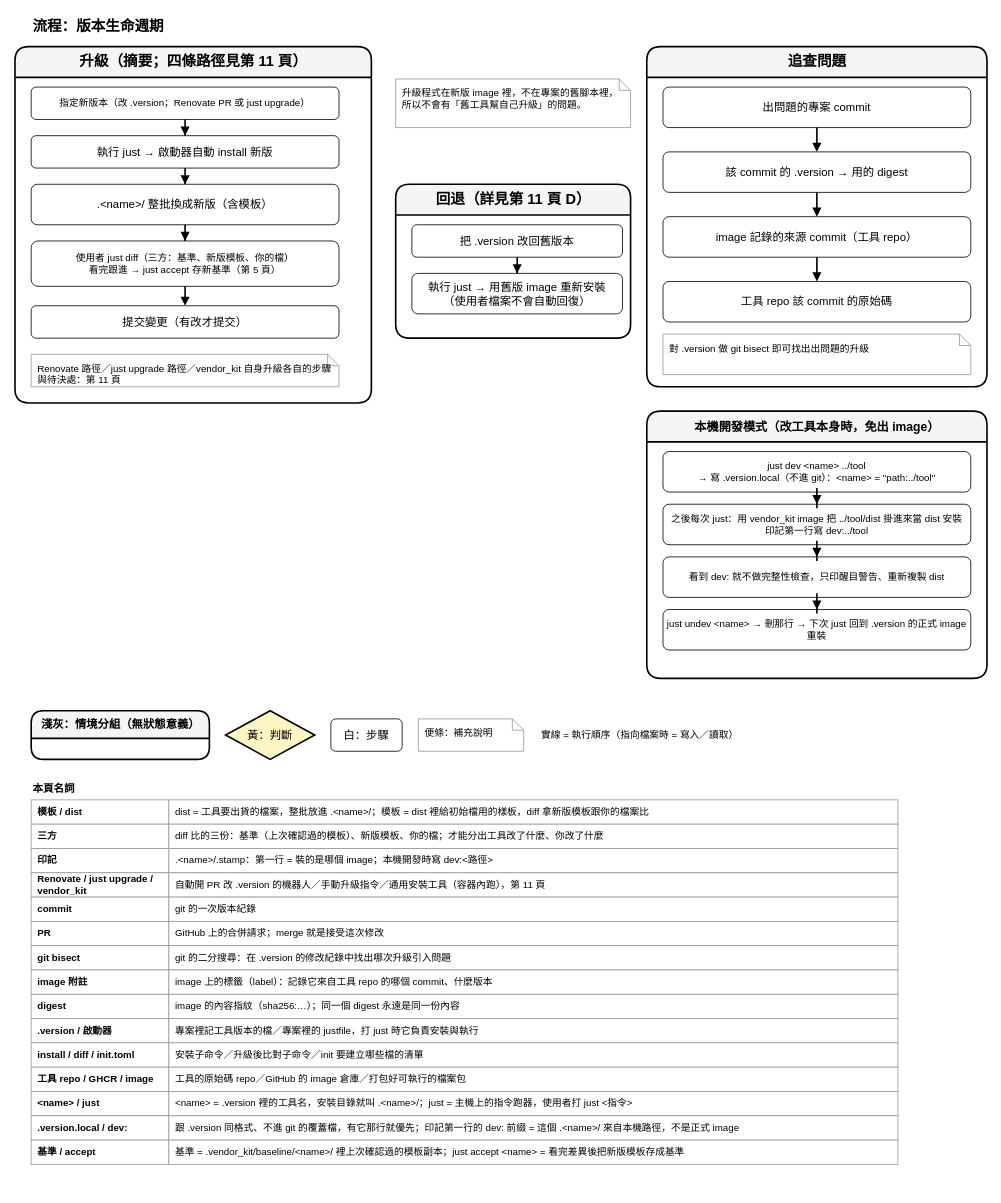
The draw.io diagram page "4. 流程：版本生命週期" (4 of 12) of dist_distribution.drawio in ycpss91255-research/vendor_kit, before the edit. Source tidied: cells renumbered, new cells numbered last; positions are measured from the earlier drawing's top-left corner, leaving out a move shared by most shapes. Both pictures are drawn from the tidied source at 81%, with x=0, y=0 at pixel (15, 14).
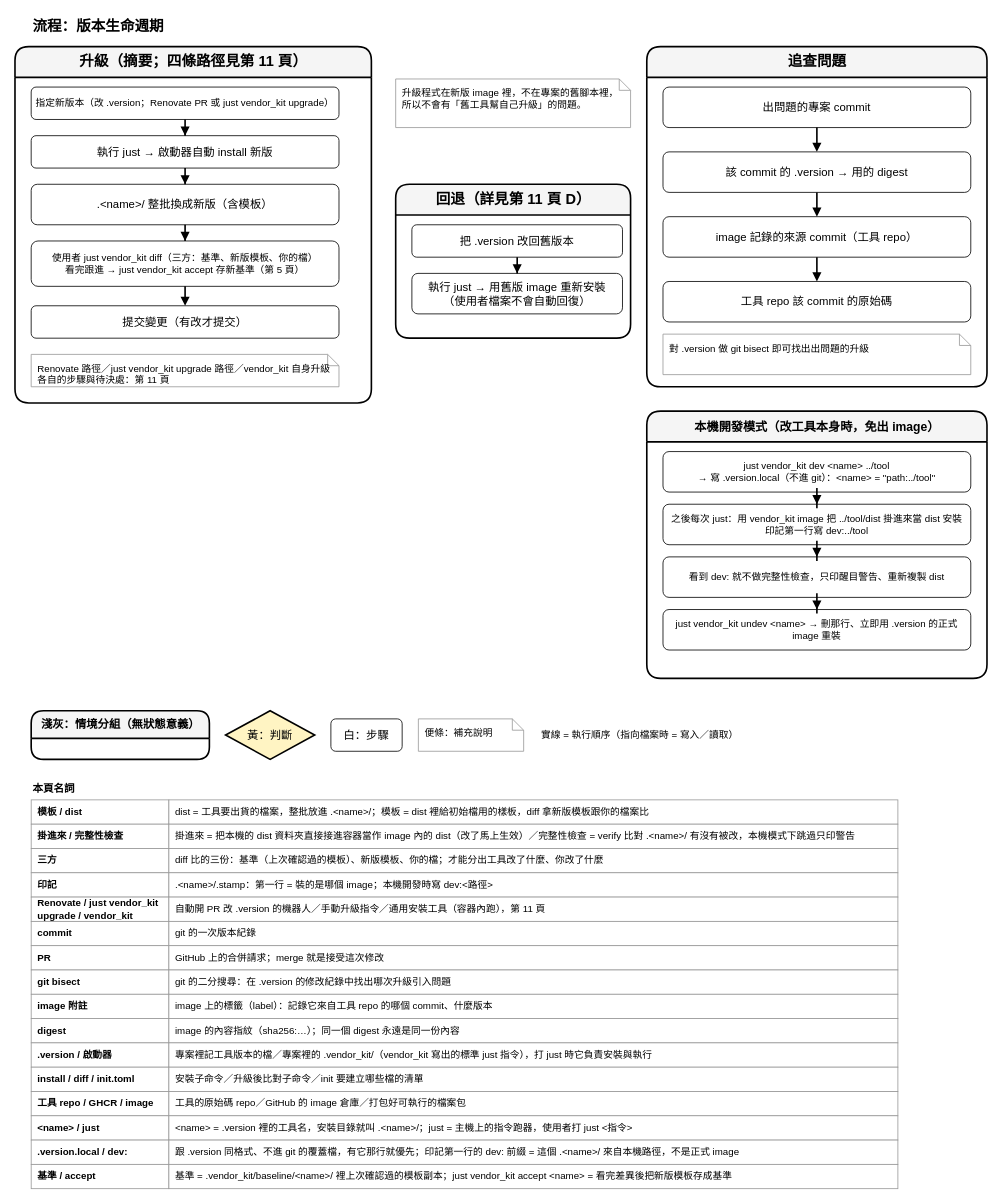
The same page after the edit.

Unchanged cells that the change refers to:
```xml
<mxCell id="3" value="升級（摘要；四條路徑見第 11 頁）" style="swimlane;html=1;rounded=1;startSize=38;fontStyle=1;fontSize=18;fillColor=#f5f5f5;swimlaneFillColor=#ffffff;strokeColor=#000000;strokeWidth=2;" parent="1" vertex="1">
  <mxGeometry y="40" width="440" height="440" as="geometry" />
</mxCell>
<mxCell id="28" value="本機開發模式（改工具本身時，免出 image）" style="swimlane;html=1;rounded=1;startSize=38;fontStyle=1;fontSize=15;fillColor=#f5f5f5;swimlaneFillColor=#ffffff;strokeColor=#000000;strokeWidth=2;" parent="1" vertex="1">
  <mxGeometry x="780" y="490" width="420" height="330" as="geometry" />
</mxCell>
```

Change to the diagram source:
```diff
@@
-    <mxCell id="4" value="指定新版本（改 .version；Renovate PR 或 just upgrade）" style="rounded=1;whiteSpace=wrap;html=1;fillColor=#ffffff;strokeColor=light-dark(#000000,#9577A3);fontSize=12;strokeWidth=1;" parent="3" vertex="1">
+    <mxCell id="4" value="指定新版本（改 .version；Renovate PR 或 just vendor_kit upgrade）" style="rounded=1;whiteSpace=wrap;html=1;fillColor=#ffffff;strokeColor=light-dark(#000000,#9577A3);fontSize=12;strokeWidth=1;" parent="3" vertex="1">
       <mxGeometry x="20" y="50" width="380" height="40" as="geometry" />
     </mxCell>
@@
-    <mxCell id="7" value="使用者 just diff（三方：基準、新版模板、你的檔）&lt;br&gt;看完跟進 → just accept 存新基準（第 5 頁）" style="rounded=1;whiteSpace=wrap;html=1;fillColor=#ffffff;strokeColor=light-dark(#000000,#9577A3);fontSize=12;strokeWidth=1;" parent="3" vertex="1">
+    <mxCell id="7" value="使用者 just vendor_kit diff（三方：基準、新版模板、你的檔）&lt;br&gt;看完跟進 → just vendor_kit accept 存新基準（第 5 頁）" style="rounded=1;whiteSpace=wrap;html=1;fillColor=#ffffff;strokeColor=light-dark(#000000,#9577A3);fontSize=12;strokeWidth=1;" parent="3" vertex="1">
       <mxGeometry x="20" y="240" width="380" height="56" as="geometry" />
     </mxCell>
@@
-    <mxCell id="9" value="Renovate 路徑／just upgrade 路徑／vendor_kit 自身升級各自的步驟與待決處：第 11 頁" style="shape=note;whiteSpace=wrap;html=1;size=14;fillColor=#ffffff;strokeColor=#999999;align=left;verticalAlign=top;spacingLeft=6;spacingTop=4;fontSize=12;" parent="3" vertex="1">
+    <mxCell id="9" value="Renovate 路徑／just vendor_kit upgrade 路徑／vendor_kit 自身升級各自的步驟與待決處：第 11 頁" style="shape=note;whiteSpace=wrap;html=1;size=14;fillColor=#ffffff;strokeColor=#999999;align=left;verticalAlign=top;spacingLeft=6;spacingTop=4;fontSize=12;" parent="3" vertex="1">
       <mxGeometry x="20" y="380" width="380" height="40" as="geometry" />
     </mxCell>
@@
-    <mxCell id="29" value="just dev &amp;lt;name&amp;gt; ../tool&lt;br&gt;→ 寫 .version.local（不進 git）：&amp;lt;name&amp;gt; = &quot;path:../tool&quot;" style="rounded=1;whiteSpace=wrap;html=1;fillColor=#ffffff;strokeColor=light-dark(#000000,#9577A3);fontSize=12;strokeWidth=1;" parent="28" vertex="1">
+    <mxCell id="29" value="just vendor_kit dev &amp;lt;name&amp;gt; ../tool&lt;br&gt;→ 寫 .version.local（不進 git）：&amp;lt;name&amp;gt; = &quot;path:../tool&quot;" style="rounded=1;whiteSpace=wrap;html=1;fillColor=#ffffff;strokeColor=light-dark(#000000,#9577A3);fontSize=12;strokeWidth=1;" parent="28" vertex="1">
       <mxGeometry x="20" y="50" width="380" height="50" as="geometry" />
     </mxCell>
@@
-    <mxCell id="32" value="just undev &amp;lt;name&amp;gt; → 刪那行 → 下次 just 回到 .version 的正式 image 重裝" style="rounded=1;whiteSpace=wrap;html=1;fillColor=#ffffff;strokeColor=light-dark(#000000,#9577A3);fontSize=12;strokeWidth=1;" parent="28" vertex="1">
+    <mxCell id="32" value="just vendor_kit undev &amp;lt;name&amp;gt; → 刪那行、立即用 .version 的正式 image 重裝" style="rounded=1;whiteSpace=wrap;html=1;fillColor=#ffffff;strokeColor=light-dark(#000000,#9577A3);fontSize=12;strokeWidth=1;" parent="28" vertex="1">
       <mxGeometry x="20" y="245" width="380" height="50" as="geometry" />
     </mxCell>
@@
-    <mxCell id="44" value="三方" style="rounded=0;whiteSpace=wrap;html=1;fillColor=#ffffff;strokeColor=#999999;fontSize=12;fontStyle=1;align=left;spacingLeft=6;strokeWidth=1;" parent="1" vertex="1">
+    <mxCell id="44" value="掛進來 / 完整性檢查" style="rounded=0;whiteSpace=wrap;html=1;fillColor=#ffffff;strokeColor=#999999;fontSize=12;fontStyle=1;align=left;spacingLeft=6;strokeWidth=1;" parent="1" vertex="1">
       <mxGeometry x="20" y="1000" width="170" height="30" as="geometry" />
     </mxCell>
-    <mxCell id="45" value="diff 比的三份：基準（上次確認過的模板）、新版模板、你的檔；才能分出工具改了什麼、你改了什麼" style="rounded=0;whiteSpace=wrap;html=1;fillColor=#ffffff;strokeColor=#999999;fontSize=12;align=left;spacingLeft=6;strokeWidth=1;" parent="1" vertex="1">
+    <mxCell id="45" value="掛進來 = 把本機的 dist 資料夾直接接進容器當作 image 內的 dist（改了馬上生效）／完整性檢查 = verify 比對 .&amp;lt;name&amp;gt;/ 有沒有被改，本機模式下跳過只印警告" style="rounded=0;whiteSpace=wrap;html=1;fillColor=#ffffff;strokeColor=#999999;fontSize=12;align=left;spacingLeft=6;strokeWidth=1;" parent="1" vertex="1">
       <mxGeometry x="190" y="1000" width="900" height="30" as="geometry" />
     </mxCell>
-    <mxCell id="46" value="印記" style="rounded=0;whiteSpace=wrap;html=1;fillColor=#ffffff;strokeColor=#999999;fontSize=12;fontStyle=1;align=left;spacingLeft=6;strokeWidth=1;" parent="1" vertex="1">
+    <mxCell id="46" value="三方" style="rounded=0;whiteSpace=wrap;html=1;fillColor=#ffffff;strokeColor=#999999;fontSize=12;fontStyle=1;align=left;spacingLeft=6;strokeWidth=1;" parent="1" vertex="1">
       <mxGeometry x="20" y="1030" width="170" height="30" as="geometry" />
     </mxCell>
-    <mxCell id="47" value=".&amp;lt;name&amp;gt;/.stamp：第一行 = 裝的是哪個 image；本機開發時寫 dev:&amp;lt;路徑&amp;gt;" style="rounded=0;whiteSpace=wrap;html=1;fillColor=#ffffff;strokeColor=#999999;fontSize=12;align=left;spacingLeft=6;strokeWidth=1;" parent="1" vertex="1">
+    <mxCell id="47" value="diff 比的三份：基準（上次確認過的模板）、新版模板、你的檔；才能分出工具改了什麼、你改了什麼" style="rounded=0;whiteSpace=wrap;html=1;fillColor=#ffffff;strokeColor=#999999;fontSize=12;align=left;spacingLeft=6;strokeWidth=1;" parent="1" vertex="1">
       <mxGeometry x="190" y="1030" width="900" height="30" as="geometry" />
     </mxCell>
-    <mxCell id="48" value="Renovate / just upgrade / vendor_kit" style="rounded=0;whiteSpace=wrap;html=1;fillColor=#ffffff;strokeColor=#999999;fontSize=12;fontStyle=1;align=left;spacingLeft=6;strokeWidth=1;" parent="1" vertex="1">
+    <mxCell id="48" value="印記" style="rounded=0;whiteSpace=wrap;html=1;fillColor=#ffffff;strokeColor=#999999;fontSize=12;fontStyle=1;align=left;spacingLeft=6;strokeWidth=1;" parent="1" vertex="1">
       <mxGeometry x="20" y="1060" width="170" height="30" as="geometry" />
     </mxCell>
-    <mxCell id="49" value="自動開 PR 改 .version 的機器人／手動升級指令／通用安裝工具（容器內跑），第 11 頁" style="rounded=0;whiteSpace=wrap;html=1;fillColor=#ffffff;strokeColor=#999999;fontSize=12;align=left;spacingLeft=6;strokeWidth=1;" parent="1" vertex="1">
+    <mxCell id="49" value=".&amp;lt;name&amp;gt;/.stamp：第一行 = 裝的是哪個 image；本機開發時寫 dev:&amp;lt;路徑&amp;gt;" style="rounded=0;whiteSpace=wrap;html=1;fillColor=#ffffff;strokeColor=#999999;fontSize=12;align=left;spacingLeft=6;strokeWidth=1;" parent="1" vertex="1">
       <mxGeometry x="190" y="1060" width="900" height="30" as="geometry" />
     </mxCell>
-    <mxCell id="50" value="commit" style="rounded=0;whiteSpace=wrap;html=1;fillColor=#ffffff;strokeColor=#999999;fontSize=12;fontStyle=1;align=left;spacingLeft=6;strokeWidth=1;" parent="1" vertex="1">
+    <mxCell id="50" value="Renovate / just vendor_kit upgrade / vendor_kit" style="rounded=0;whiteSpace=wrap;html=1;fillColor=#ffffff;strokeColor=#999999;fontSize=12;fontStyle=1;align=left;spacingLeft=6;strokeWidth=1;" parent="1" vertex="1">
       <mxGeometry x="20" y="1090" width="170" height="30" as="geometry" />
     </mxCell>
-    <mxCell id="51" value="git 的一次版本紀錄" style="rounded=0;whiteSpace=wrap;html=1;fillColor=#ffffff;strokeColor=#999999;fontSize=12;align=left;spacingLeft=6;strokeWidth=1;" parent="1" vertex="1">
+    <mxCell id="51" value="自動開 PR 改 .version 的機器人／手動升級指令／通用安裝工具（容器內跑），第 11 頁" style="rounded=0;whiteSpace=wrap;html=1;fillColor=#ffffff;strokeColor=#999999;fontSize=12;align=left;spacingLeft=6;strokeWidth=1;" parent="1" vertex="1">
       <mxGeometry x="190" y="1090" width="900" height="30" as="geometry" />
     </mxCell>
-    <mxCell id="52" value="PR" style="rounded=0;whiteSpace=wrap;html=1;fillColor=#ffffff;strokeColor=#999999;fontSize=12;fontStyle=1;align=left;spacingLeft=6;strokeWidth=1;" parent="1" vertex="1">
+    <mxCell id="52" value="commit" style="rounded=0;whiteSpace=wrap;html=1;fillColor=#ffffff;strokeColor=#999999;fontSize=12;fontStyle=1;align=left;spacingLeft=6;strokeWidth=1;" parent="1" vertex="1">
       <mxGeometry x="20" y="1120" width="170" height="30" as="geometry" />
     </mxCell>
-    <mxCell id="53" value="GitHub 上的合併請求；merge 就是接受這次修改" style="rounded=0;whiteSpace=wrap;html=1;fillColor=#ffffff;strokeColor=#999999;fontSize=12;align=left;spacingLeft=6;strokeWidth=1;" parent="1" vertex="1">
+    <mxCell id="53" value="git 的一次版本紀錄" style="rounded=0;whiteSpace=wrap;html=1;fillColor=#ffffff;strokeColor=#999999;fontSize=12;align=left;spacingLeft=6;strokeWidth=1;" parent="1" vertex="1">
       <mxGeometry x="190" y="1120" width="900" height="30" as="geometry" />
     </mxCell>
-    <mxCell id="54" value="git bisect" style="rounded=0;whiteSpace=wrap;html=1;fillColor=#ffffff;strokeColor=#999999;fontSize=12;fontStyle=1;align=left;spacingLeft=6;strokeWidth=1;" parent="1" vertex="1">
+    <mxCell id="54" value="PR" style="rounded=0;whiteSpace=wrap;html=1;fillColor=#ffffff;strokeColor=#999999;fontSize=12;fontStyle=1;align=left;spacingLeft=6;strokeWidth=1;" parent="1" vertex="1">
       <mxGeometry x="20" y="1150" width="170" height="30" as="geometry" />
     </mxCell>
-    <mxCell id="55" value="git 的二分搜尋：在 .version 的修改紀錄中找出哪次升級引入問題" style="rounded=0;whiteSpace=wrap;html=1;fillColor=#ffffff;strokeColor=#999999;fontSize=12;align=left;spacingLeft=6;strokeWidth=1;" parent="1" vertex="1">
+    <mxCell id="55" value="GitHub 上的合併請求；merge 就是接受這次修改" style="rounded=0;whiteSpace=wrap;html=1;fillColor=#ffffff;strokeColor=#999999;fontSize=12;align=left;spacingLeft=6;strokeWidth=1;" parent="1" vertex="1">
       <mxGeometry x="190" y="1150" width="900" height="30" as="geometry" />
     </mxCell>
-    <mxCell id="56" value="image 附註" style="rounded=0;whiteSpace=wrap;html=1;fillColor=#ffffff;strokeColor=#999999;fontSize=12;fontStyle=1;align=left;spacingLeft=6;strokeWidth=1;" parent="1" vertex="1">
+    <mxCell id="56" value="git bisect" style="rounded=0;whiteSpace=wrap;html=1;fillColor=#ffffff;strokeColor=#999999;fontSize=12;fontStyle=1;align=left;spacingLeft=6;strokeWidth=1;" parent="1" vertex="1">
       <mxGeometry x="20" y="1180" width="170" height="30" as="geometry" />
     </mxCell>
-    <mxCell id="57" value="image 上的標籤（label）：記錄它來自工具 repo 的哪個 commit、什麼版本" style="rounded=0;whiteSpace=wrap;html=1;fillColor=#ffffff;strokeColor=#999999;fontSize=12;align=left;spacingLeft=6;strokeWidth=1;" parent="1" vertex="1">
+    <mxCell id="57" value="git 的二分搜尋：在 .version 的修改紀錄中找出哪次升級引入問題" style="rounded=0;whiteSpace=wrap;html=1;fillColor=#ffffff;strokeColor=#999999;fontSize=12;align=left;spacingLeft=6;strokeWidth=1;" parent="1" vertex="1">
       <mxGeometry x="190" y="1180" width="900" height="30" as="geometry" />
     </mxCell>
-    <mxCell id="58" value="digest" style="rounded=0;whiteSpace=wrap;html=1;fillColor=#ffffff;strokeColor=#999999;fontSize=12;fontStyle=1;align=left;spacingLeft=6;strokeWidth=1;" parent="1" vertex="1">
+    <mxCell id="58" value="image 附註" style="rounded=0;whiteSpace=wrap;html=1;fillColor=#ffffff;strokeColor=#999999;fontSize=12;fontStyle=1;align=left;spacingLeft=6;strokeWidth=1;" parent="1" vertex="1">
       <mxGeometry x="20" y="1210" width="170" height="30" as="geometry" />
     </mxCell>
-    <mxCell id="59" value="image 的內容指紋（sha256:…）；同一個 digest 永遠是同一份內容" style="rounded=0;whiteSpace=wrap;html=1;fillColor=#ffffff;strokeColor=#999999;fontSize=12;align=left;spacingLeft=6;strokeWidth=1;" parent="1" vertex="1">
+    <mxCell id="59" value="image 上的標籤（label）：記錄它來自工具 repo 的哪個 commit、什麼版本" style="rounded=0;whiteSpace=wrap;html=1;fillColor=#ffffff;strokeColor=#999999;fontSize=12;align=left;spacingLeft=6;strokeWidth=1;" parent="1" vertex="1">
       <mxGeometry x="190" y="1210" width="900" height="30" as="geometry" />
     </mxCell>
-    <mxCell id="60" value=".version / 啟動器" style="rounded=0;whiteSpace=wrap;html=1;fillColor=#ffffff;strokeColor=#999999;fontSize=12;fontStyle=1;align=left;spacingLeft=6;strokeWidth=1;" parent="1" vertex="1">
+    <mxCell id="60" value="digest" style="rounded=0;whiteSpace=wrap;html=1;fillColor=#ffffff;strokeColor=#999999;fontSize=12;fontStyle=1;align=left;spacingLeft=6;strokeWidth=1;" parent="1" vertex="1">
       <mxGeometry x="20" y="1240" width="170" height="30" as="geometry" />
     </mxCell>
-    <mxCell id="61" value="專案裡記工具版本的檔／專案裡的 justfile，打 just 時它負責安裝與執行" style="rounded=0;whiteSpace=wrap;html=1;fillColor=#ffffff;strokeColor=#999999;fontSize=12;align=left;spacingLeft=6;strokeWidth=1;" parent="1" vertex="1">
+    <mxCell id="61" value="image 的內容指紋（sha256:…）；同一個 digest 永遠是同一份內容" style="rounded=0;whiteSpace=wrap;html=1;fillColor=#ffffff;strokeColor=#999999;fontSize=12;align=left;spacingLeft=6;strokeWidth=1;" parent="1" vertex="1">
       <mxGeometry x="190" y="1240" width="900" height="30" as="geometry" />
     </mxCell>
-    <mxCell id="62" value="install / diff / init.toml" style="rounded=0;whiteSpace=wrap;html=1;fillColor=#ffffff;strokeColor=#999999;fontSize=12;fontStyle=1;align=left;spacingLeft=6;strokeWidth=1;" parent="1" vertex="1">
+    <mxCell id="62" value=".version / 啟動器" style="rounded=0;whiteSpace=wrap;html=1;fillColor=#ffffff;strokeColor=#999999;fontSize=12;fontStyle=1;align=left;spacingLeft=6;strokeWidth=1;" parent="1" vertex="1">
       <mxGeometry x="20" y="1270" width="170" height="30" as="geometry" />
     </mxCell>
-    <mxCell id="63" value="安裝子命令／升級後比對子命令／init 要建立哪些檔的清單" style="rounded=0;whiteSpace=wrap;html=1;fillColor=#ffffff;strokeColor=#999999;fontSize=12;align=left;spacingLeft=6;strokeWidth=1;" parent="1" vertex="1">
+    <mxCell id="63" value="專案裡記工具版本的檔／專案裡的 .vendor_kit/（vendor_kit 寫出的標準 just 指令），打 just 時它負責安裝與執行" style="rounded=0;whiteSpace=wrap;html=1;fillColor=#ffffff;strokeColor=#999999;fontSize=12;align=left;spacingLeft=6;strokeWidth=1;" parent="1" vertex="1">
       <mxGeometry x="190" y="1270" width="900" height="30" as="geometry" />
     </mxCell>
-    <mxCell id="64" value="工具 repo / GHCR / image" style="rounded=0;whiteSpace=wrap;html=1;fillColor=#ffffff;strokeColor=#999999;fontSize=12;fontStyle=1;align=left;spacingLeft=6;strokeWidth=1;" parent="1" vertex="1">
+    <mxCell id="64" value="install / diff / init.toml" style="rounded=0;whiteSpace=wrap;html=1;fillColor=#ffffff;strokeColor=#999999;fontSize=12;fontStyle=1;align=left;spacingLeft=6;strokeWidth=1;" parent="1" vertex="1">
       <mxGeometry x="20" y="1300" width="170" height="30" as="geometry" />
     </mxCell>
-    <mxCell id="65" value="工具的原始碼 repo／GitHub 的 image 倉庫／打包好可執行的檔案包" style="rounded=0;whiteSpace=wrap;html=1;fillColor=#ffffff;strokeColor=#999999;fontSize=12;align=left;spacingLeft=6;strokeWidth=1;" parent="1" vertex="1">
+    <mxCell id="65" value="安裝子命令／升級後比對子命令／init 要建立哪些檔的清單" style="rounded=0;whiteSpace=wrap;html=1;fillColor=#ffffff;strokeColor=#999999;fontSize=12;align=left;spacingLeft=6;strokeWidth=1;" parent="1" vertex="1">
       <mxGeometry x="190" y="1300" width="900" height="30" as="geometry" />
     </mxCell>
-    <mxCell id="66" value="&amp;lt;name&amp;gt; / just" style="rounded=0;whiteSpace=wrap;html=1;fillColor=#ffffff;strokeColor=#999999;fontSize=12;fontStyle=1;align=left;spacingLeft=6;strokeWidth=1;" parent="1" vertex="1">
+    <mxCell id="66" value="工具 repo / GHCR / image" style="rounded=0;whiteSpace=wrap;html=1;fillColor=#ffffff;strokeColor=#999999;fontSize=12;fontStyle=1;align=left;spacingLeft=6;strokeWidth=1;" parent="1" vertex="1">
       <mxGeometry x="20" y="1330" width="170" height="30" as="geometry" />
     </mxCell>
-    <mxCell id="67" value="&amp;lt;name&amp;gt; = .version 裡的工具名，安裝目錄就叫 .&amp;lt;name&amp;gt;/；just = 主機上的指令跑器，使用者打 just &amp;lt;指令&amp;gt;" style="rounded=0;whiteSpace=wrap;html=1;fillColor=#ffffff;strokeColor=#999999;fontSize=12;align=left;spacingLeft=6;strokeWidth=1;" parent="1" vertex="1">
+    <mxCell id="67" value="工具的原始碼 repo／GitHub 的 image 倉庫／打包好可執行的檔案包" style="rounded=0;whiteSpace=wrap;html=1;fillColor=#ffffff;strokeColor=#999999;fontSize=12;align=left;spacingLeft=6;strokeWidth=1;" parent="1" vertex="1">
       <mxGeometry x="190" y="1330" width="900" height="30" as="geometry" />
     </mxCell>
-    <mxCell id="68" value=".version.local / dev:" style="rounded=0;whiteSpace=wrap;html=1;fillColor=#ffffff;strokeColor=#999999;fontSize=12;fontStyle=1;align=left;spacingLeft=6;strokeWidth=1;" parent="1" vertex="1">
+    <mxCell id="68" value="&amp;lt;name&amp;gt; / just" style="rounded=0;whiteSpace=wrap;html=1;fillColor=#ffffff;strokeColor=#999999;fontSize=12;fontStyle=1;align=left;spacingLeft=6;strokeWidth=1;" parent="1" vertex="1">
       <mxGeometry x="20" y="1360" width="170" height="30" as="geometry" />
     </mxCell>
-    <mxCell id="69" value="跟 .version 同格式、不進 git 的覆蓋檔，有它那行就優先；印記第一行的 dev: 前綴 = 這個 .&amp;lt;name&amp;gt;/ 來自本機路徑，不是正式 image" style="rounded=0;whiteSpace=wrap;html=1;fillColor=#ffffff;strokeColor=#999999;fontSize=12;align=left;spacingLeft=6;strokeWidth=1;" parent="1" vertex="1">
+    <mxCell id="69" value="&amp;lt;name&amp;gt; = .version 裡的工具名，安裝目錄就叫 .&amp;lt;name&amp;gt;/；just = 主機上的指令跑器，使用者打 just &amp;lt;指令&amp;gt;" style="rounded=0;whiteSpace=wrap;html=1;fillColor=#ffffff;strokeColor=#999999;fontSize=12;align=left;spacingLeft=6;strokeWidth=1;" parent="1" vertex="1">
       <mxGeometry x="190" y="1360" width="900" height="30" as="geometry" />
     </mxCell>
-    <mxCell id="70" value="基準 / accept" style="rounded=0;whiteSpace=wrap;html=1;fillColor=#ffffff;strokeColor=#999999;fontSize=12;fontStyle=1;align=left;spacingLeft=6;strokeWidth=1;" parent="1" vertex="1">
+    <mxCell id="70" value=".version.local / dev:" style="rounded=0;whiteSpace=wrap;html=1;fillColor=#ffffff;strokeColor=#999999;fontSize=12;fontStyle=1;align=left;spacingLeft=6;strokeWidth=1;" parent="1" vertex="1">
       <mxGeometry x="20" y="1390" width="170" height="30" as="geometry" />
     </mxCell>
-    <mxCell id="71" value="基準 = .vendor_kit/baseline/&amp;lt;name&amp;gt;/ 裡上次確認過的模板副本；just accept &amp;lt;name&amp;gt; = 看完差異後把新版模板存成基準" style="rounded=0;whiteSpace=wrap;html=1;fillColor=#ffffff;strokeColor=#999999;fontSize=12;align=left;spacingLeft=6;strokeWidth=1;" parent="1" vertex="1">
+    <mxCell id="71" value="跟 .version 同格式、不進 git 的覆蓋檔，有它那行就優先；印記第一行的 dev: 前綴 = 這個 .&amp;lt;name&amp;gt;/ 來自本機路徑，不是正式 image" style="rounded=0;whiteSpace=wrap;html=1;fillColor=#ffffff;strokeColor=#999999;fontSize=12;align=left;spacingLeft=6;strokeWidth=1;" parent="1" vertex="1">
       <mxGeometry x="190" y="1390" width="900" height="30" as="geometry" />
     </mxCell>
+    <mxCell id="72" value="基準 / accept" style="rounded=0;whiteSpace=wrap;html=1;fillColor=#ffffff;strokeColor=#999999;fontSize=12;fontStyle=1;align=left;spacingLeft=6;strokeWidth=1;" parent="1" vertex="1">
+      <mxGeometry x="20" y="1420" width="170" height="30" as="geometry" />
+    </mxCell>
+    <mxCell id="73" value="基準 = .vendor_kit/baseline/&amp;lt;name&amp;gt;/ 裡上次確認過的模板副本；just vendor_kit accept &amp;lt;name&amp;gt; = 看完差異後把新版模板存成基準" style="rounded=0;whiteSpace=wrap;html=1;fillColor=#ffffff;strokeColor=#999999;fontSize=12;align=left;spacingLeft=6;strokeWidth=1;" parent="1" vertex="1">
+      <mxGeometry x="190" y="1420" width="900" height="30" as="geometry" />
+    </mxCell>
```
